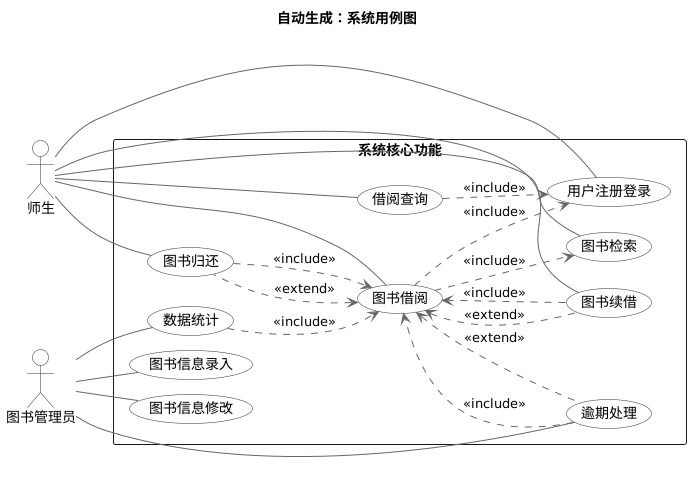
Above: output/test_usecase.png in Sunday17/UML-LLM (PlantUML), before the change.
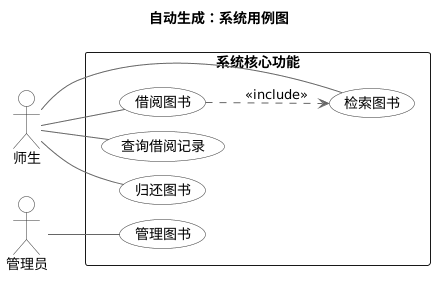
After the commit.

Diff of the diagram source:
```diff
@@ -18,94 +18,44 @@
 
 actor "师生"
 
-actor "图书管理员"
+actor "管理员"
 
 
 rectangle "系统核心功能" {
 
-    usecase "图书信息修改"
+    usecase "管理图书"
 
-    usecase "图书归还"
+    usecase "借阅图书"
 
-    usecase "用户注册登录"
+    usecase "查询借阅记录"
 
-    usecase "逾期处理"
+    usecase "检索图书"
 
-    usecase "图书续借"
-
-    usecase "借阅查询"
-
-    usecase "图书检索"
-
-    usecase "数据统计"
-
-    usecase "图书信息录入"
-
-    usecase "图书借阅"
+    usecase "归还图书"
 
 }
 
 
 
-"师生" -- "图书检索"
+"师生" -- "检索图书"
 
-"师生" -- "用户注册登录"
+"师生" -- "借阅图书"
 
-"师生" -- "图书借阅"
+"师生" -- "归还图书"
 
-"师生" -- "图书续借"
-
-"师生" -- "图书归还"
-
-"师生" -- "借阅查询"
+"师生" -- "查询借阅记录"
 
 
 
-"图书管理员" -- "图书信息录入"
-
-"图书管理员" -- "图书信息修改"
-
-"图书管理员" -- "逾期处理"
-
-"图书管理员" -- "数据统计"
+"管理员" -- "管理图书"
 
 
 
 
 
-"图书借阅" ..> "图书检索" : <<include>>
-
-"图书借阅" ..> "用户注册登录" : <<include>>
+"借阅图书" ..> "检索图书" : <<include>>
 
 
-
-"图书续借" ..> "图书借阅" : <<include>>
-
-
-
-"图书归还" ..> "图书借阅" : <<include>>
-
-
-
-"借阅查询" ..> "用户注册登录" : <<include>>
-
-
-
-"逾期处理" ..> "图书借阅" : <<include>>
-
-
-
-"数据统计" ..> "图书借阅" : <<include>>
-
-
-
-
-
-"图书借阅" <.. "图书续借" : <<extend>>
-
-"图书借阅" <.. "图书归还" : <<extend>>
-
-"图书借阅" <.. "逾期处理" : <<extend>>
 
 
 
```
